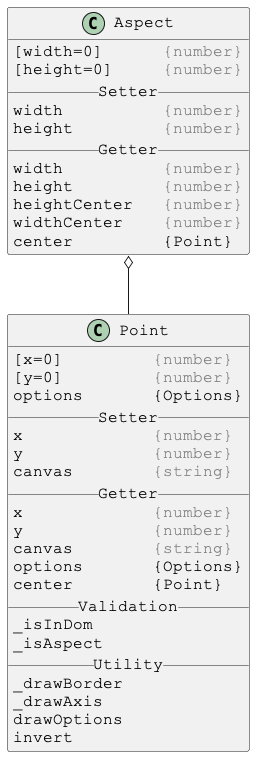
Justin-Byrne/canvasLab keeps this PlantUML diagram as docs/PlantUml/images/linked/Aspect-linked.png. Above is the earlier version.
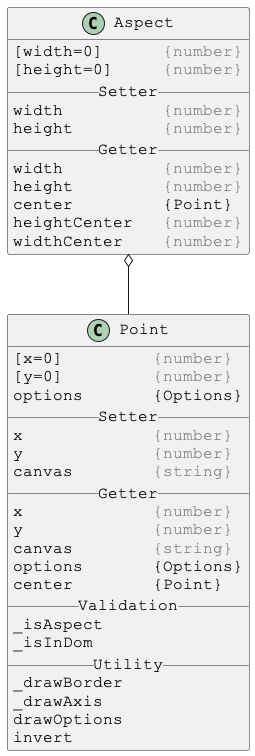
After the commit.

What changed in the source:
```diff
@@ -12,9 +12,9 @@
 __ Getter __
 width          <color:gray>{number}</color>
 height         <color:gray>{number}</color>
+center         {Point}
 heightCenter   <color:gray>{number}</color>
 widthCenter    <color:gray>{number}</color>
-center         {Point}
 }
 
 Aspect o-- Point
@@ -39,8 +39,8 @@
 options       {Options}
 center        {Point}
 __ Validation __
+_isAspect
 _isInDom
-_isAspect
 __ Utility __
 _drawBorder
 _drawAxis
```
